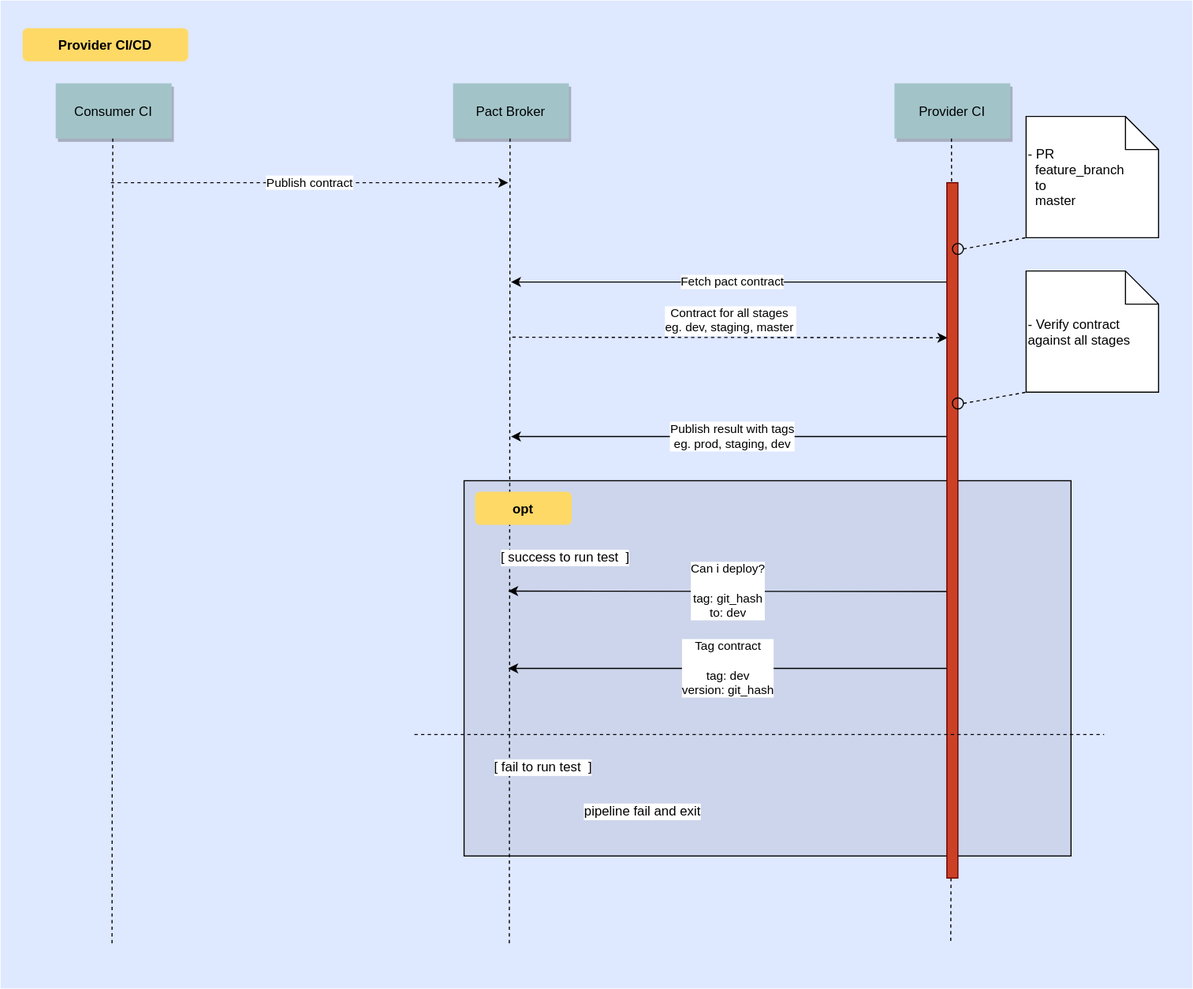
Above: diagrams/provider-sequence-diagram.svg in aaronsum1102/contract-testing-provider (draw.io), before the change. Source tidied: cells renumbered, new cells last; positions are measured from the earlier drawing's top-left corner, leaving out a move shared by most shapes.
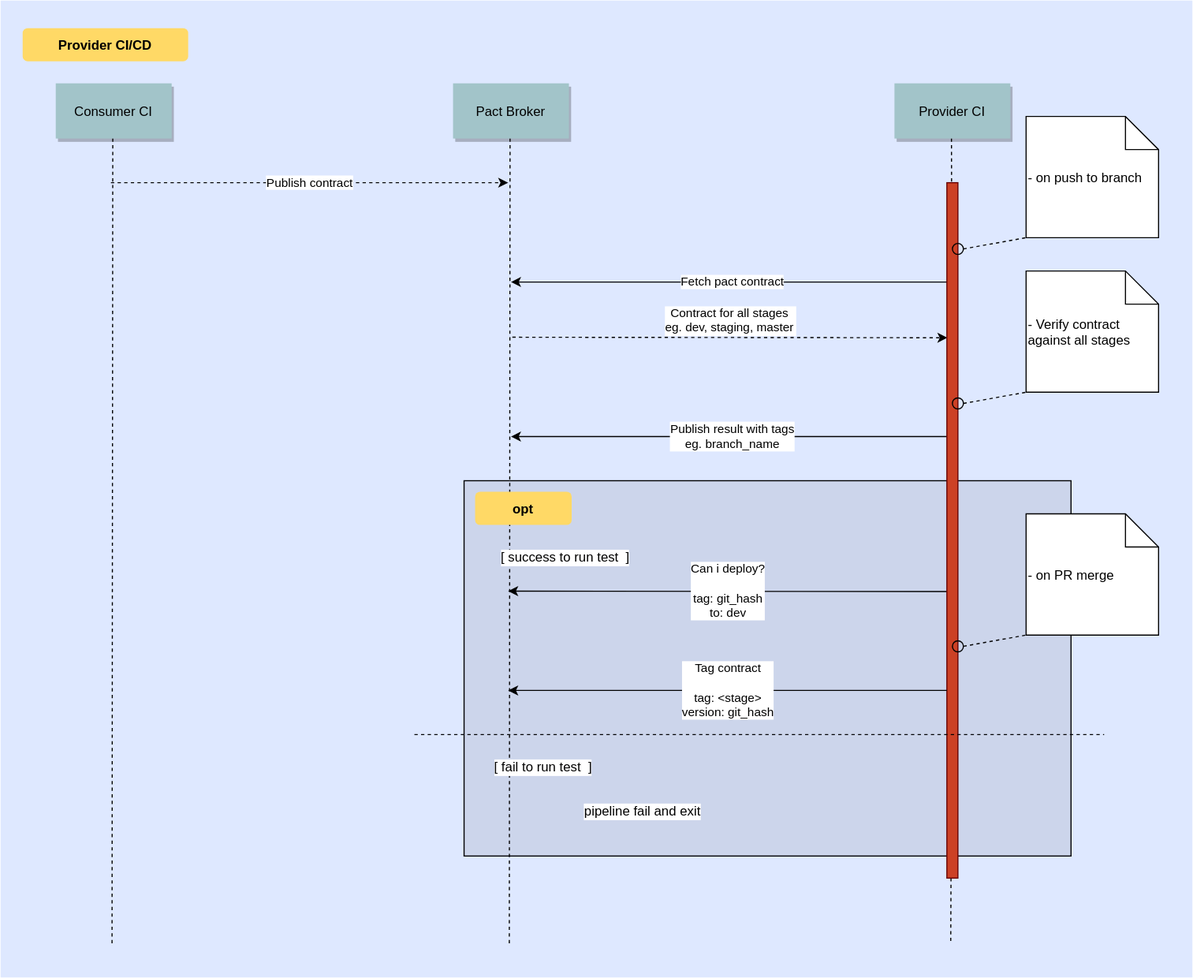
Above is the later version.

What changed in the source:
```diff
@@ -3,7 +3,7 @@
     <mxCell id="0" />
     <mxCell id="1" parent="0" />
     <mxCell id="2" style="fillColor=#DEE8FF;strokeColor=none;" parent="1" vertex="1">
-      <mxGeometry width="1080" height="895" as="geometry" />
+      <mxGeometry width="1080" height="885" as="geometry" />
     </mxCell>
     <mxCell id="3" value="Provider CI/CD" style="rounded=1;fontStyle=1;fillColor=#FFD966;strokeColor=none;" parent="1" vertex="1">
       <mxGeometry x="20" y="25" width="150" height="30" as="geometry" />
@@ -19,7 +19,7 @@
         <mxPoint x="861" y="855" as="targetPoint" />
       </mxGeometry>
     </mxCell>
-    <mxCell id="7" value="- PR&#10;  feature_branch&#10;  to&#10;  master" style="shape=note;align=left;" parent="1" vertex="1">
+    <mxCell id="7" value="- on push to branch" style="shape=note;align=left;" parent="1" vertex="1">
       <mxGeometry x="929.3" y="105" width="120" height="109.8" as="geometry" />
     </mxCell>
     <mxCell id="8" style="endArrow=none;dashed=1;html=1;exitX=1;exitY=0.5;exitDx=0;exitDy=0;" parent="1" edge="1" source="18">
@@ -38,7 +38,7 @@
         <mxPoint x="463.8" y="305" as="sourcePoint" />
       </mxGeometry>
     </mxCell>
-    <mxCell id="11" value="Publish result with tags&lt;br&gt;eg. prod, staging, dev" style="endArrow=classic;html=1;" parent="1" edge="1">
+    <mxCell id="11" value="Publish result with tags&lt;br&gt;eg. branch_name" style="endArrow=classic;html=1;" parent="1" edge="1">
       <mxGeometry relative="1" as="geometry">
         <mxPoint x="862.5" y="395" as="sourcePoint" />
         <mxPoint x="462.5" y="395" as="targetPoint" />
@@ -99,10 +99,10 @@
     <mxCell id="25" value="pipeline fail and exit" style="text;html=1;strokeColor=none;fillColor=none;align=center;verticalAlign=middle;whiteSpace=wrap;rounded=0;labelBackgroundColor=#ffffff;" parent="1" vertex="1">
       <mxGeometry x="500" y="725" width="163.8" height="20" as="geometry" />
     </mxCell>
-    <mxCell id="26" value="Tag contract&lt;br&gt;&lt;br&gt;tag: dev&lt;br&gt;version: git_hash" style="endArrow=classic;html=1;" parent="1" edge="1">
+    <mxCell id="26" value="Tag contract&lt;br&gt;&lt;br&gt;tag: &amp;lt;stage&amp;gt;&lt;br&gt;version: git_hash" style="endArrow=classic;html=1;" parent="1" edge="1">
       <mxGeometry relative="1" as="geometry">
-        <mxPoint x="857.5" y="605" as="sourcePoint" />
-        <mxPoint x="460" y="605" as="targetPoint" />
+        <mxPoint x="857.5" y="625" as="sourcePoint" />
+        <mxPoint x="460" y="625" as="targetPoint" />
       </mxGeometry>
     </mxCell>
     <mxCell id="27" value="Consumer CI" style="shadow=1;fillColor=#A2C4C9;strokeColor=none;" parent="1" vertex="1">
@@ -120,5 +120,16 @@
         <mxPoint x="460" y="165" as="targetPoint" />
       </mxGeometry>
     </mxCell>
+    <mxCell id="30" value="- on PR merge" style="shape=note;align=left;" parent="1" vertex="1">
+      <mxGeometry x="929.3" y="465" width="120" height="109.8" as="geometry" />
+    </mxCell>
+    <mxCell id="31" style="endArrow=none;dashed=1;html=1;exitX=1;exitY=0.5;exitDx=0;exitDy=0;" parent="1" edge="1" source="32">
+      <mxGeometry relative="1" as="geometry">
+        <mxPoint x="929.3" y="574.8" as="targetPoint" />
+      </mxGeometry>
+    </mxCell>
+    <mxCell id="32" style="ellipse;fillColor=none;" parent="1" vertex="1">
+      <mxGeometry x="862.5" y="580" width="10" height="10" as="geometry" />
+    </mxCell>
   </root>
 </mxGraphModel>
```
